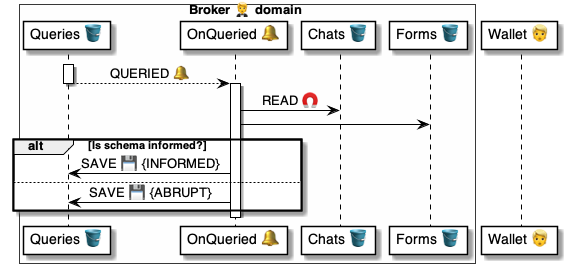
This is 4 ⚙️ Solution/20 🧑‍🦰 UI/Brokers 🤵/🤵🪣 Broker tables/Queries 💼 table/🪣🧱 1 Queried 🔔 event/🤵 OnQueryQueried ⚙️ uml.png from pollyweb-org/pollyweb-docs, a PlantUML export, as it was before one commit. Its source is kept beside it as 4 ⚙️ Solution/20 🧑‍🦰 UI/Brokers 🤵/🤵🪣 Broker tables/Queries 💼 table/🪣🧱 1 Queried 🔔 event/🤵 OnQueryQueried ⚙️ uml.puml.
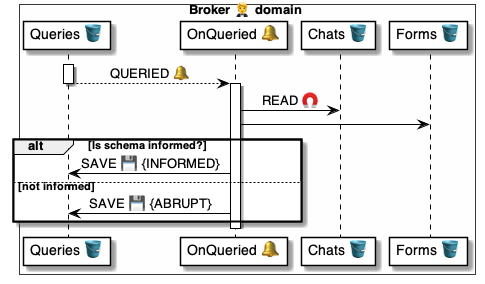
After the change.

The edit, as a diff of the source:
```diff
@@ -1,4 +1,4 @@
-@startuml OnPromptInserted
+@startuml OnQueryQueried
 
 box Broker 🤵 domain #FFFFFA
     participant "Queries 🪣" as table
@@ -6,7 +6,6 @@
     participant "Chats 🪣" as chats
     participant "Forms 🪣" as forms
 end box
-participant "Wallet 👱" as wallet
 
 
 activate table
@@ -19,7 +18,7 @@
 
     alt Is schema informed?
         handler -> table: SAVE 💾 {INFORMED}
-    else
+    else not informed
         handler -> table: SAVE 💾 {ABRUPT}
     end
 deactivate handler
```
